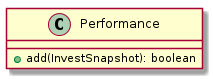
The PlantUML diagram elmma/elmma-model/diagrams/de.elmma.model.Performance.png in swillrich/eimma, before a commit.
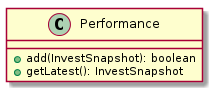
After the commit.

Change to the diagram source:
```diff
@@ -3,6 +3,7 @@
     class Performance {
         [[../../../de/elmma/model/Performance.html]]
         +add(InvestSnapshot): boolean
+        +getLatest(): InvestSnapshot
     }
 
 @enduml
```
